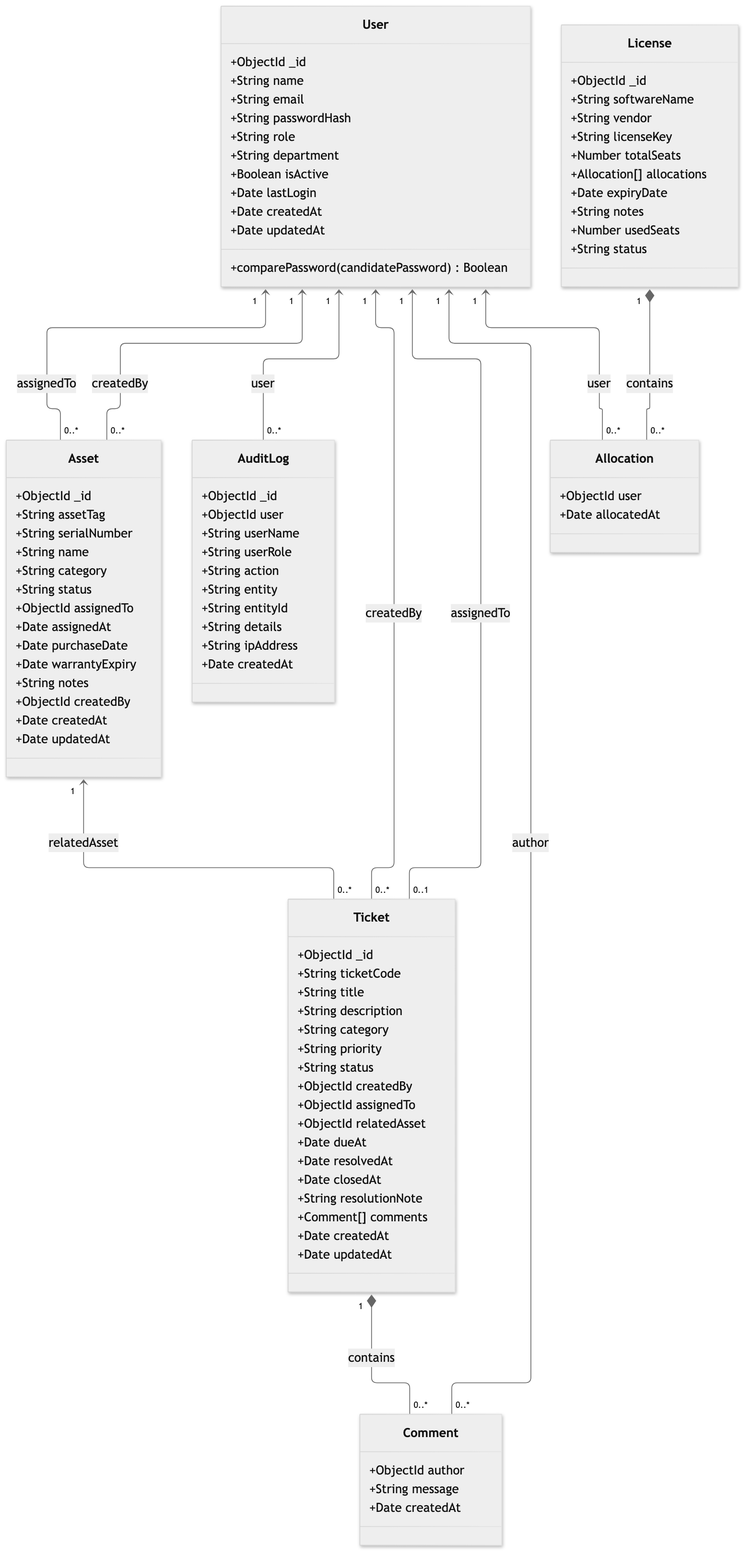
The Mermaid diagram docs/assets/diagrams/d07-class-diagram.png in siddharth756/assetdesk-internship-project, before a commit. Its source is kept beside it as docs/assets/diagrams/d07-class-diagram.mmd.
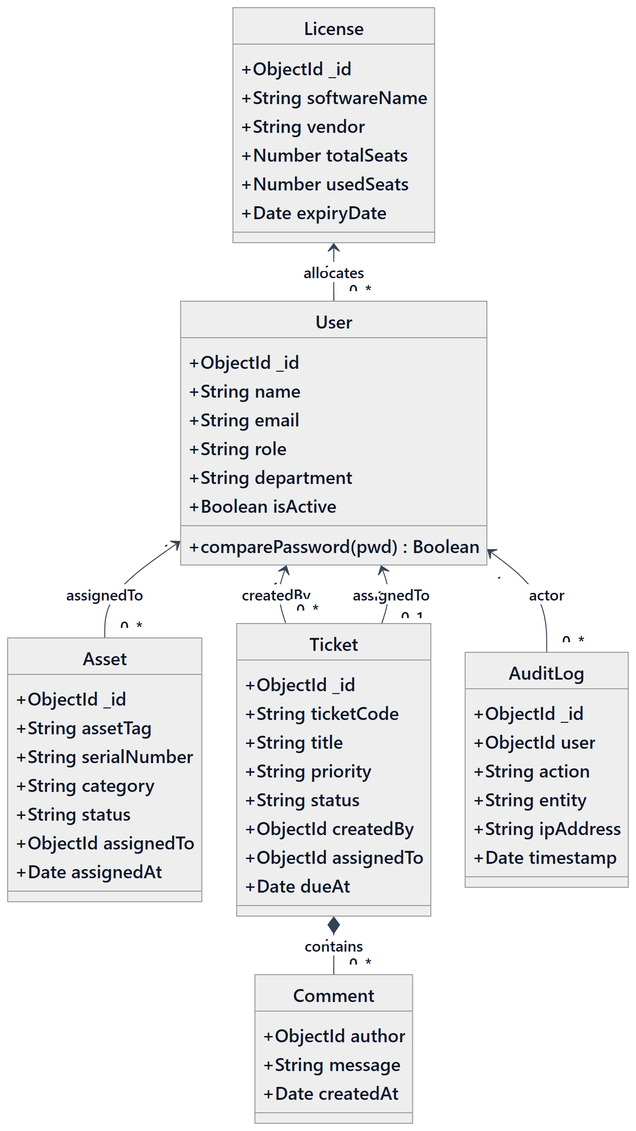
Above is the later version.

What changed in the source:
```diff
@@ -1,71 +1,43 @@
 classDiagram
+    direction TB
     class User {
         +ObjectId _id
         +String name
         +String email
-        +String passwordHash
         +String role
         +String department
         +Boolean isActive
-        +Date lastLogin
-        +Date createdAt
-        +Date updatedAt
-        +comparePassword(candidatePassword) Boolean
+        +comparePassword(pwd) Boolean
     }
 
     class Asset {
         +ObjectId _id
         +String assetTag
         +String serialNumber
-        +String name
         +String category
         +String status
         +ObjectId assignedTo
         +Date assignedAt
-        +Date purchaseDate
-        +Date warrantyExpiry
-        +String notes
-        +ObjectId createdBy
-        +Date createdAt
-        +Date updatedAt
     }
 
     class License {
         +ObjectId _id
         +String softwareName
         +String vendor
-        +String licenseKey
         +Number totalSeats
-        +Allocation[] allocations
+        +Number usedSeats
         +Date expiryDate
-        +String notes
-        +Number usedSeats
-        +String status
-    }
-
-    class Allocation {
-        +ObjectId user
-        +Date allocatedAt
     }
 
     class Ticket {
         +ObjectId _id
         +String ticketCode
         +String title
-        +String description
-        +String category
         +String priority
         +String status
         +ObjectId createdBy
         +ObjectId assignedTo
-        +ObjectId relatedAsset
         +Date dueAt
-        +Date resolvedAt
-        +Date closedAt
-        +String resolutionNote
-        +Comment[] comments
-        +Date createdAt
-        +Date updatedAt
     }
 
     class Comment {
@@ -77,23 +49,15 @@
     class AuditLog {
         +ObjectId _id
         +ObjectId user
-        +String userName
-        +String userRole
         +String action
         +String entity
-        +String entityId
-        +String details
         +String ipAddress
-        +Date createdAt
+        +Date timestamp
     }
 
     User "1" <-- "0..*" Asset : assignedTo
-    User "1" <-- "0..*" Asset : createdBy
-    User "1" <-- "0..*" Allocation : user
-    License "1" *-- "0..*" Allocation : contains
     User "1" <-- "0..*" Ticket : createdBy
     User "1" <-- "0..1" Ticket : assignedTo
-    Asset "1" <-- "0..*" Ticket : relatedAsset
-    User "1" <-- "0..*" Comment : author
     Ticket "1" *-- "0..*" Comment : contains
-    User "1" <-- "0..*" AuditLog : user
+    License "1" <-- "0..*" User : allocates
+    User "1" <-- "0..*" AuditLog : actor
```
